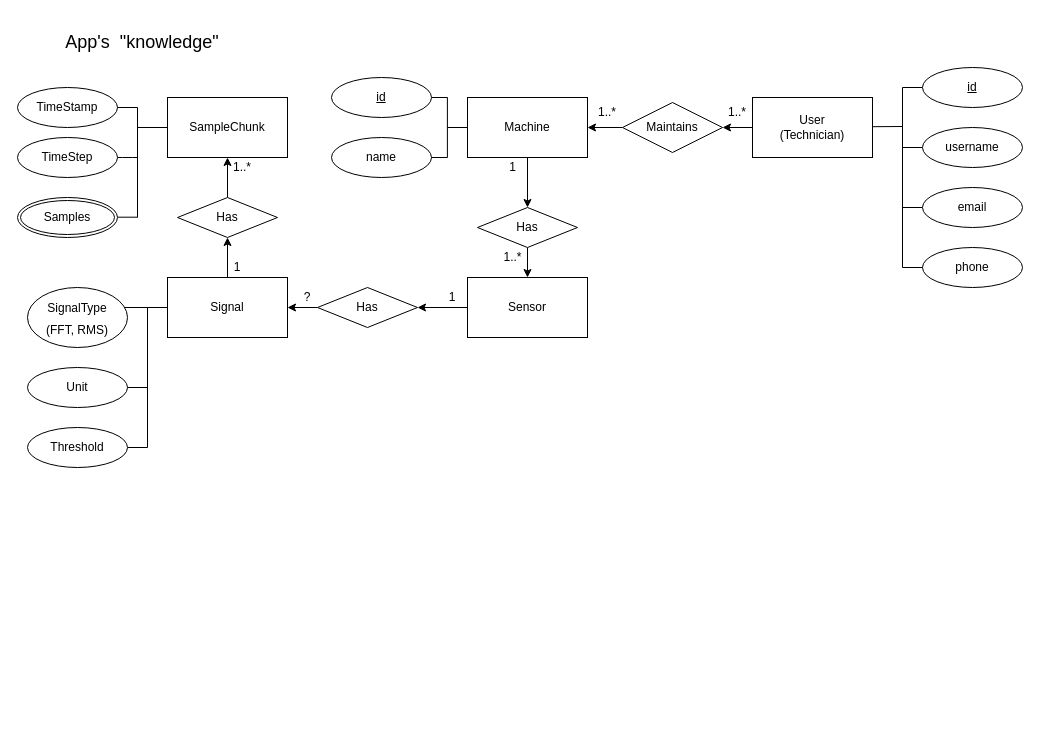
The draw.io diagram ConceptDiagrams/ConceptDiagrams.drawio in se761group2/industry-4, before the edit. Source tidied: cells renumbered, new cells numbered last; positions are measured from the earlier drawing's top-left corner, leaving out a move shared by most shapes. Both pictures are drawn from the tidied source at 100%, with x=0, y=0 at pixel (17, 27).
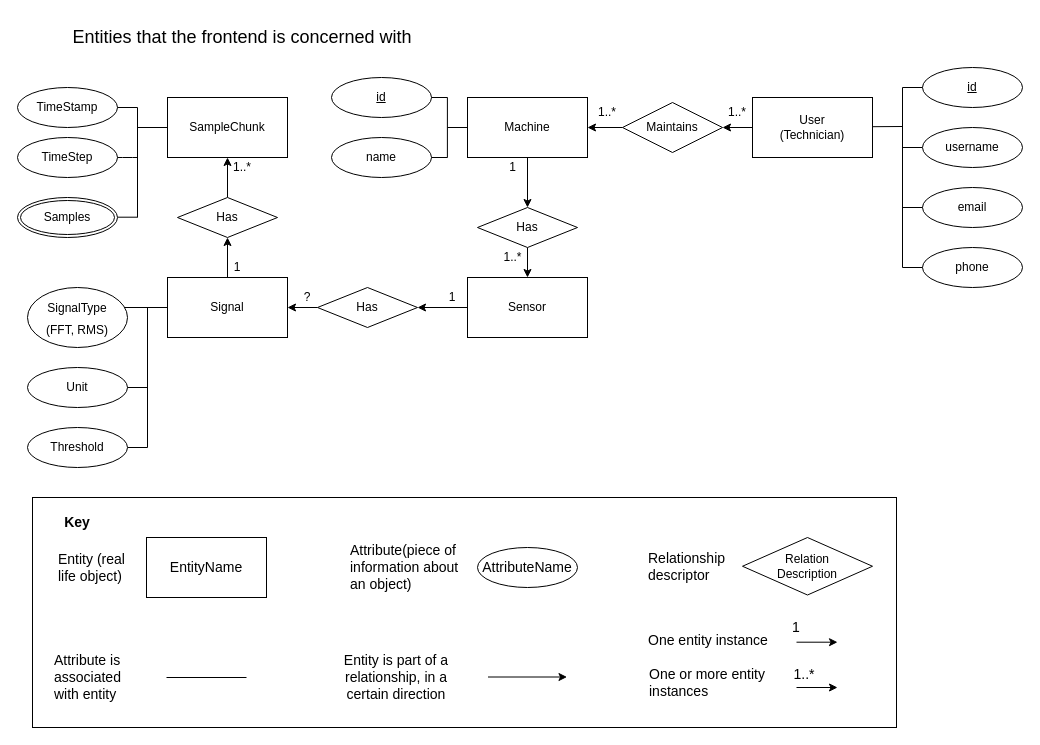
Above is the later version.

Change to the diagram source:
```diff
@@
+    <mxCell id="61" style="rounded=0;whiteSpace=wrap;html=1;fillColor=none;" parent="1" vertex="1">
+      <mxGeometry x="15" y="470" width="864" height="230" as="geometry" />
+    </mxCell>
@@
-    <mxCell id="19" value="App's &amp;nbsp;&quot;knowledge&quot;" style="text;html=1;strokeColor=none;fillColor=none;align=center;verticalAlign=middle;whiteSpace=wrap;rounded=0;fontSize=18;" parent="1" vertex="1">
-      <mxGeometry x="30" width="190" height="30" as="geometry" />
+    <mxCell id="19" value="Entities that the frontend is concerned with" style="text;html=1;strokeColor=none;fillColor=none;align=center;verticalAlign=middle;whiteSpace=wrap;rounded=0;fontSize=18;" parent="1" vertex="1">
+      <mxGeometry x="15" y="-10" width="420" height="40" as="geometry" />
     </mxCell>
@@
+    <mxCell id="62" value="Key" style="text;html=1;strokeColor=none;fillColor=none;align=center;verticalAlign=middle;whiteSpace=wrap;rounded=0;fontSize=14;fontStyle=1;" parent="1" vertex="1">
+      <mxGeometry x="40" y="485" width="40" height="20" as="geometry" />
+    </mxCell>
+    <mxCell id="63" value="EntityName" style="rounded=0;whiteSpace=wrap;html=1;fontSize=14;" parent="1" vertex="1">
+      <mxGeometry x="129" y="510" width="120" height="60" as="geometry" />
+    </mxCell>
+    <mxCell id="64" value="Entity (real life object)" style="text;html=1;strokeColor=none;fillColor=none;align=left;verticalAlign=middle;whiteSpace=wrap;rounded=0;fontSize=14;" parent="1" vertex="1">
+      <mxGeometry x="39" y="525" width="80" height="30" as="geometry" />
+    </mxCell>
+    <mxCell id="65" value="Attribute(piece of information about an object)" style="text;html=1;strokeColor=none;fillColor=none;align=left;verticalAlign=middle;whiteSpace=wrap;rounded=0;fontSize=14;" parent="1" vertex="1">
+      <mxGeometry x="331" y="502.5" width="119" height="75" as="geometry" />
+    </mxCell>
+    <mxCell id="66" value="AttributeName" style="ellipse;whiteSpace=wrap;html=1;align=center;fillColor=#ffffff;fontSize=14;" parent="1" vertex="1">
+      <mxGeometry x="460" y="520" width="100" height="40" as="geometry" />
+    </mxCell>
+    <mxCell id="67" style="endArrow=none;html=1;fontSize=14;" parent="1" edge="1">
+      <mxGeometry relative="1" as="geometry">
+        <mxPoint x="149" y="650" as="sourcePoint" />
+        <mxPoint x="229" y="650" as="targetPoint" />
+      </mxGeometry>
+    </mxCell>
+    <mxCell id="68" value="Attribute is associated with entity" style="text;html=1;strokeColor=none;fillColor=none;align=left;verticalAlign=middle;whiteSpace=wrap;rounded=0;fontSize=14;" parent="1" vertex="1">
+      <mxGeometry x="34.5" y="620" width="89" height="60" as="geometry" />
+    </mxCell>
+    <mxCell id="69" style="endArrow=classic;html=1;fontSize=14;" parent="1" edge="1">
+      <mxGeometry relative="1" as="geometry">
+        <mxPoint x="470.5" y="649.5" as="sourcePoint" />
+        <mxPoint x="549.5" y="649.5" as="targetPoint" />
+      </mxGeometry>
+    </mxCell>
+    <mxCell id="70" value="Entity is part of a relationship, in a certain direction" style="text;html=1;strokeColor=none;fillColor=none;align=center;verticalAlign=middle;whiteSpace=wrap;rounded=0;fontSize=14;" parent="1" vertex="1">
+      <mxGeometry x="319" y="620" width="120" height="60" as="geometry" />
+    </mxCell>
+    <mxCell id="71" value="Relation&lt;br&gt;Description" style="shape=rhombus;perimeter=rhombusPerimeter;whiteSpace=wrap;html=1;align=center;" parent="1" vertex="1">
+      <mxGeometry x="725" y="510" width="130" height="57.5" as="geometry" />
+    </mxCell>
+    <mxCell id="72" value="Relationship descriptor" style="text;html=1;strokeColor=none;fillColor=none;align=left;verticalAlign=middle;whiteSpace=wrap;rounded=0;fontSize=14;" parent="1" vertex="1">
+      <mxGeometry x="629" y="501.2" width="103.5" height="75" as="geometry" />
+    </mxCell>
+    <mxCell id="73" value="One entity instance" style="text;html=1;strokeColor=none;fillColor=none;align=left;verticalAlign=middle;whiteSpace=wrap;rounded=0;fontSize=14;" parent="1" vertex="1">
+      <mxGeometry x="629" y="598" width="160" height="30" as="geometry" />
+    </mxCell>
+    <mxCell id="74" value="One or more entity instances" style="text;html=1;strokeColor=none;fillColor=none;align=left;verticalAlign=middle;whiteSpace=wrap;rounded=0;fontSize=14;" parent="1" vertex="1">
+      <mxGeometry x="630" y="640" width="119" height="30" as="geometry" />
+    </mxCell>
+    <mxCell id="75" style="endArrow=classic;html=1;fontSize=14;" parent="1" edge="1">
+      <mxGeometry relative="1" as="geometry">
+        <mxPoint x="779" y="614.7" as="sourcePoint" />
+        <mxPoint x="820" y="614.7" as="targetPoint" />
+      </mxGeometry>
+    </mxCell>
+    <mxCell id="76" value="1" style="text;html=1;strokeColor=none;fillColor=none;align=center;verticalAlign=middle;whiteSpace=wrap;rounded=0;fontSize=14;" parent="1" vertex="1">
+      <mxGeometry x="759" y="590" width="40" height="20" as="geometry" />
+    </mxCell>
+    <mxCell id="77" style="endArrow=classic;html=1;fontSize=14;" parent="1" edge="1">
+      <mxGeometry relative="1" as="geometry">
+        <mxPoint x="779" y="660" as="sourcePoint" />
+        <mxPoint x="820" y="660" as="targetPoint" />
+      </mxGeometry>
+    </mxCell>
+    <mxCell id="78" value="1..*" style="text;html=1;strokeColor=none;fillColor=none;align=center;verticalAlign=middle;whiteSpace=wrap;rounded=0;fontSize=14;" parent="1" vertex="1">
+      <mxGeometry x="767" y="637" width="40" height="20" as="geometry" />
+    </mxCell>
```
